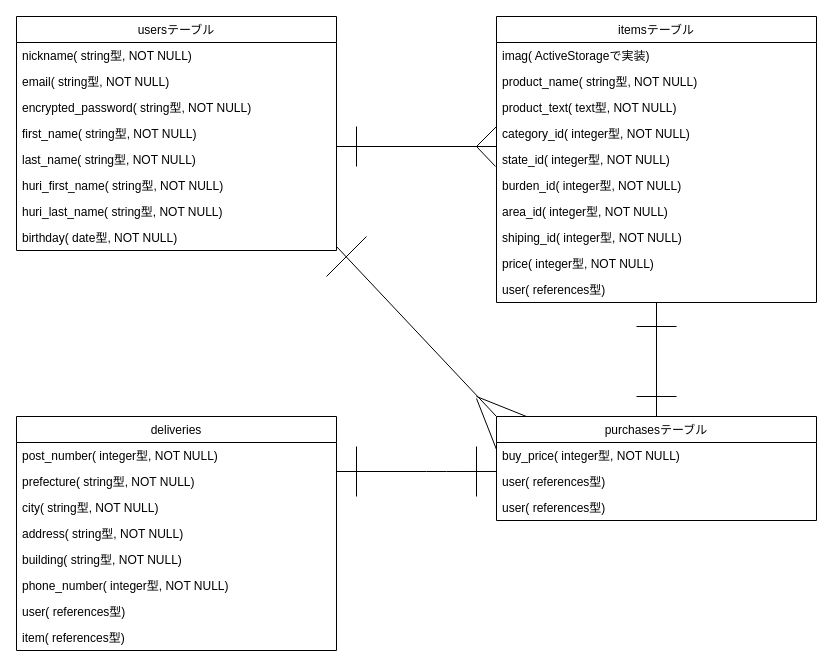
Above: page "Page-1" (1 of 2) of furima.dio in ryusyo621/furima-33473 (draw.io), before the change. Source tidied: cells renumbered, new cells numbered last; positions are measured from the earlier drawing's top-left corner, leaving out a move shared by most shapes. Both pictures are drawn from the tidied source at 100%, with x=0, y=0 at pixel (16, 16).
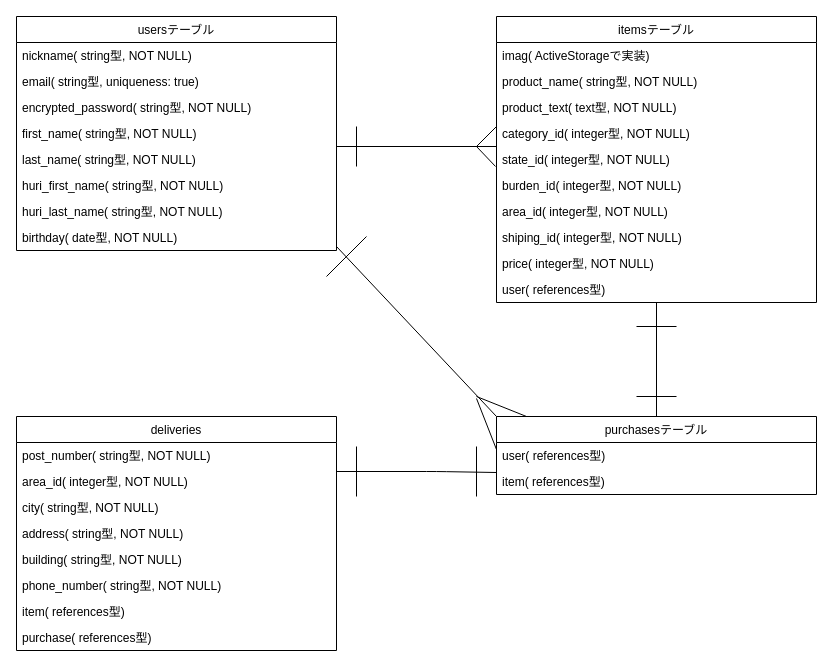
The same diagram, later.

Commit message (it also covers changes not shown here):
README設計　修正③

The change refers to these unchanged cells:
```xml
<mxCell id="13" value="usersテーブル" style="swimlane;fontStyle=0;horizontal=1;startSize=26;fillColor=none;" parent="1" vertex="1">
  <mxGeometry width="320" height="234" as="geometry" />
</mxCell>
<mxCell id="35" value="deliveries" style="swimlane;fontStyle=0;horizontal=1;startSize=26;fillColor=none;" parent="1" vertex="1">
  <mxGeometry y="400" width="320" height="234" as="geometry" />
</mxCell>
```

Change to the diagram source:
```diff
@@
-    <mxCell id="15" value="email( string型, NOT NULL)" style="text;strokeColor=none;fillColor=none;align=left;verticalAlign=top;spacingLeft=4;spacingRight=4;overflow=hidden;" parent="13" vertex="1">
+    <mxCell id="15" value="email( string型, uniqueness: true)" style="text;strokeColor=none;fillColor=none;align=left;verticalAlign=top;spacingLeft=4;spacingRight=4;overflow=hidden;" parent="13" vertex="1">
       <mxGeometry y="52" width="320" height="26" as="geometry" />
     </mxCell>
@@
     <mxCell id="23" value="purchasesテーブル" style="swimlane;fontStyle=0;horizontal=1;startSize=26;fillColor=none;" parent="1" vertex="1">
-      <mxGeometry x="480" y="400" width="320" height="104" as="geometry" />
+      <mxGeometry x="480" y="400" width="320" height="78" as="geometry" />
     </mxCell>
-    <mxCell id="24" style="endArrow=none;html=1;exitX=0;exitY=0.269;exitDx=0;exitDy=0;exitPerimeter=0;" parent="23" edge="1" source="25">
+    <mxCell id="24" style="endArrow=none;html=1;exitX=0;exitY=0.269;exitDx=0;exitDy=0;exitPerimeter=0;" parent="23" edge="1">
       <mxGeometry relative="1" as="geometry">
+        <mxPoint y="33" as="sourcePoint" />
         <mxPoint x="-20" y="-18" as="targetPoint" />
       </mxGeometry>
     </mxCell>
-    <mxCell id="25" value="buy_price( integer型, NOT NULL)" style="text;strokeColor=none;fillColor=none;align=left;verticalAlign=top;spacingLeft=4;spacingRight=4;overflow=hidden;points=[[0,0.5],[1,0.5]];portConstraint=eastwest;" parent="23" vertex="1">
-      <mxGeometry y="26" width="320" height="26" as="geometry" />
-    </mxCell>
     <mxCell id="26" value="user( references型)" style="text;strokeColor=none;fillColor=none;align=left;verticalAlign=top;spacingLeft=4;spacingRight=4;overflow=hidden;points=[[0,0.5],[1,0.5]];portConstraint=eastwest;" parent="23" vertex="1">
-      <mxGeometry y="52" width="320" height="26" as="geometry" />
+      <mxGeometry y="26" width="320" height="26" as="geometry" />
     </mxCell>
-    <mxCell id="27" value="user( references型)" style="text;strokeColor=none;fillColor=none;align=left;verticalAlign=top;spacingLeft=4;spacingRight=4;overflow=hidden;" parent="23" vertex="1">
-      <mxGeometry y="78" width="320" height="26" as="geometry" />
+    <mxCell id="27" value="item( references型)" style="text;strokeColor=none;fillColor=none;align=left;verticalAlign=top;spacingLeft=4;spacingRight=4;overflow=hidden;" parent="23" vertex="1">
+      <mxGeometry y="52" width="320" height="26" as="geometry" />
     </mxCell>
@@
-    <mxCell id="36" value="post_number( integer型, NOT NULL)" style="text;strokeColor=none;fillColor=none;align=left;verticalAlign=top;spacingLeft=4;spacingRight=4;overflow=hidden;" parent="35" vertex="1">
+    <mxCell id="36" value="post_number( string型, NOT NULL)" style="text;strokeColor=none;fillColor=none;align=left;verticalAlign=top;spacingLeft=4;spacingRight=4;overflow=hidden;" parent="35" vertex="1">
       <mxGeometry y="26" width="320" height="26" as="geometry" />
     </mxCell>
-    <mxCell id="37" value="prefecture( string型, NOT NULL)" style="text;strokeColor=none;fillColor=none;align=left;verticalAlign=top;spacingLeft=4;spacingRight=4;overflow=hidden;" parent="35" vertex="1">
+    <mxCell id="37" value="area_id( integer型, NOT NULL)" style="text;strokeColor=none;fillColor=none;align=left;verticalAlign=top;spacingLeft=4;spacingRight=4;overflow=hidden;" parent="35" vertex="1">
       <mxGeometry y="52" width="320" height="26" as="geometry" />
     </mxCell>
@@
-    <mxCell id="41" value="phone_number( integer型, NOT NULL)" style="text;strokeColor=none;fillColor=none;align=left;verticalAlign=top;spacingLeft=4;spacingRight=4;overflow=hidden;" parent="35" vertex="1">
+    <mxCell id="41" value="phone_number( string型, NOT NULL)" style="text;strokeColor=none;fillColor=none;align=left;verticalAlign=top;spacingLeft=4;spacingRight=4;overflow=hidden;" parent="35" vertex="1">
       <mxGeometry y="156" width="320" height="26" as="geometry" />
     </mxCell>
-    <mxCell id="42" value="user( references型)" style="text;strokeColor=none;fillColor=none;align=left;verticalAlign=top;spacingLeft=4;spacingRight=4;overflow=hidden;" parent="35" vertex="1">
-      <mxGeometry y="182" width="320" height="26" as="geometry" />
-    </mxCell>
     <mxCell id="43" value="item( references型)" style="text;strokeColor=none;fillColor=none;align=left;verticalAlign=top;spacingLeft=4;spacingRight=4;overflow=hidden;" parent="35" vertex="1">
-      <mxGeometry y="208" width="320" height="26" as="geometry" />
+      <mxGeometry y="182" width="320" height="26" as="geometry" />
     </mxCell>
+    <mxCell id="49" value="purchase( references型)" style="text;strokeColor=none;fillColor=none;align=left;verticalAlign=top;spacingLeft=4;spacingRight=4;overflow=hidden;" parent="35" vertex="1">
+      <mxGeometry y="208" width="320" height="26" as="geometry" />
+    </mxCell>
-    <mxCell id="44" style="endArrow=none;html=1;entryX=0;entryY=0.115;entryDx=0;entryDy=0;entryPerimeter=0;" parent="1" edge="1" target="26">
+    <mxCell id="44" style="endArrow=none;html=1;entryX=0;entryY=1.154;entryDx=0;entryDy=0;entryPerimeter=0;" parent="1" edge="1" target="26">
       <mxGeometry relative="1" as="geometry">
         <mxPoint x="320" y="455" as="sourcePoint" />
         <Array as="points">
           <mxPoint x="420" y="455" />
         </Array>
       </mxGeometry>
     </mxCell>
```
